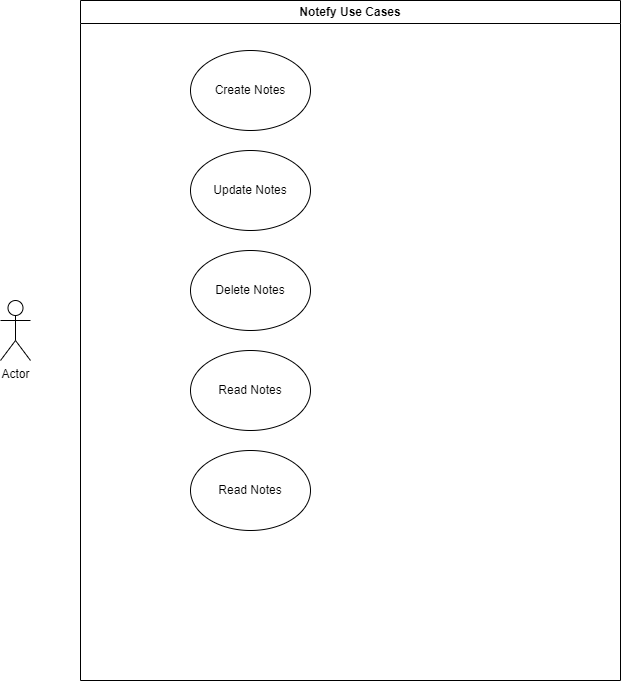
Above: Docs/ApplicationUseCases.png in Devalon-Enter/Notefy (draw.io), before the change. Source tidied: cells renumbered, new cells last; positions are measured from the earlier drawing's top-left corner, leaving out a move shared by most shapes.
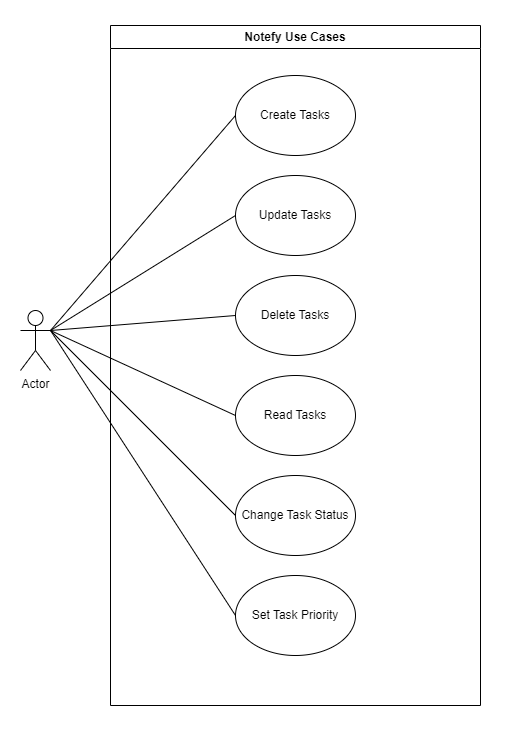
The same file after the commit.

Change to the diagram source:
```diff
@@ -2,26 +2,52 @@
   <root>
     <mxCell id="0" />
     <mxCell id="1" parent="0" />
+    <mxCell id="9" style="rounded=0;whiteSpace=wrap;html=1;strokeColor=none;" parent="1" vertex="1">
+      <mxGeometry x="-20" y="-10" width="520" height="730" as="geometry" />
+    </mxCell>
     <mxCell id="2" value="Notefy Use Cases" style="swimlane;whiteSpace=wrap;html=1;swimlaneFillColor=#FFFFFF;" parent="1" vertex="1">
-      <mxGeometry x="80" width="540" height="680" as="geometry" />
+      <mxGeometry x="90" y="15" width="370" height="680" as="geometry" />
     </mxCell>
-    <mxCell id="3" value="Create Notes" style="ellipse;whiteSpace=wrap;html=1;" parent="2" vertex="1">
-      <mxGeometry x="110" y="50" width="120" height="80" as="geometry" />
+    <mxCell id="3" value="Create Tasks" style="ellipse;whiteSpace=wrap;html=1;" parent="2" vertex="1">
+      <mxGeometry x="125" y="50" width="120" height="80" as="geometry" />
     </mxCell>
-    <mxCell id="4" value="Update Notes" style="ellipse;whiteSpace=wrap;html=1;" parent="2" vertex="1">
-      <mxGeometry x="110" y="150" width="120" height="80" as="geometry" />
+    <mxCell id="4" value="Update Tasks" style="ellipse;whiteSpace=wrap;html=1;" parent="2" vertex="1">
+      <mxGeometry x="125" y="150" width="120" height="80" as="geometry" />
     </mxCell>
-    <mxCell id="5" value="Delete Notes" style="ellipse;whiteSpace=wrap;html=1;" parent="2" vertex="1">
-      <mxGeometry x="110" y="250" width="120" height="80" as="geometry" />
+    <mxCell id="5" value="Delete Tasks" style="ellipse;whiteSpace=wrap;html=1;" parent="2" vertex="1">
+      <mxGeometry x="125" y="250" width="120" height="80" as="geometry" />
     </mxCell>
-    <mxCell id="6" value="Read Notes" style="ellipse;whiteSpace=wrap;html=1;" parent="2" vertex="1">
-      <mxGeometry x="110" y="350" width="120" height="80" as="geometry" />
+    <mxCell id="6" value="Read Tasks" style="ellipse;whiteSpace=wrap;html=1;" parent="2" vertex="1">
+      <mxGeometry x="125" y="350" width="120" height="80" as="geometry" />
     </mxCell>
-    <mxCell id="7" value="Read Notes" style="ellipse;whiteSpace=wrap;html=1;" parent="2" vertex="1">
-      <mxGeometry x="110" y="450" width="120" height="80" as="geometry" />
+    <mxCell id="7" value="Change Task Status" style="ellipse;whiteSpace=wrap;html=1;" parent="2" vertex="1">
+      <mxGeometry x="125" y="450" width="120" height="80" as="geometry" />
     </mxCell>
+    <mxCell id="10" value="Set Task Priority" style="ellipse;whiteSpace=wrap;html=1;" parent="2" vertex="1">
+      <mxGeometry x="125" y="550" width="120" height="80" as="geometry" />
+    </mxCell>
     <mxCell id="8" value="Actor" style="shape=umlActor;verticalLabelPosition=bottom;verticalAlign=top;html=1;outlineConnect=0;" parent="1" vertex="1">
       <mxGeometry y="300" width="30" height="60" as="geometry" />
     </mxCell>
+    <mxCell id="11" style="endArrow=none;html=1;rounded=0;exitX=1;exitY=0.3333333333333333;exitDx=0;exitDy=0;exitPerimeter=0;entryX=0;entryY=0.5;entryDx=0;entryDy=0;" parent="1" edge="1" source="8" target="3">
+      <mxGeometry relative="1" as="geometry" />
+    </mxCell>
+    <mxCell id="12" style="endArrow=none;html=1;rounded=0;entryX=0;entryY=0.5;entryDx=0;entryDy=0;" parent="1" edge="1" target="4">
+      <mxGeometry relative="1" as="geometry">
+        <mxPoint x="30" y="320" as="sourcePoint" />
+      </mxGeometry>
+    </mxCell>
+    <mxCell id="13" style="endArrow=none;html=1;rounded=0;exitX=1;exitY=0.3333333333333333;exitDx=0;exitDy=0;exitPerimeter=0;entryX=0;entryY=0.5;entryDx=0;entryDy=0;" parent="1" edge="1" source="8" target="5">
+      <mxGeometry relative="1" as="geometry" />
+    </mxCell>
+    <mxCell id="14" style="endArrow=none;html=1;rounded=0;exitX=1;exitY=0.3333333333333333;exitDx=0;exitDy=0;exitPerimeter=0;entryX=0;entryY=0.5;entryDx=0;entryDy=0;" parent="1" edge="1" source="8" target="6">
+      <mxGeometry relative="1" as="geometry" />
+    </mxCell>
+    <mxCell id="15" style="endArrow=none;html=1;rounded=0;exitX=1;exitY=0.3333333333333333;exitDx=0;exitDy=0;exitPerimeter=0;entryX=0;entryY=0.5;entryDx=0;entryDy=0;" parent="1" edge="1" source="8" target="7">
+      <mxGeometry relative="1" as="geometry" />
+    </mxCell>
+    <mxCell id="16" style="endArrow=none;html=1;rounded=0;exitX=1;exitY=0.3333333333333333;exitDx=0;exitDy=0;exitPerimeter=0;entryX=0;entryY=0.5;entryDx=0;entryDy=0;" parent="1" edge="1" source="8" target="10">
+      <mxGeometry relative="1" as="geometry" />
+    </mxCell>
   </root>
 </mxGraphModel>
```
